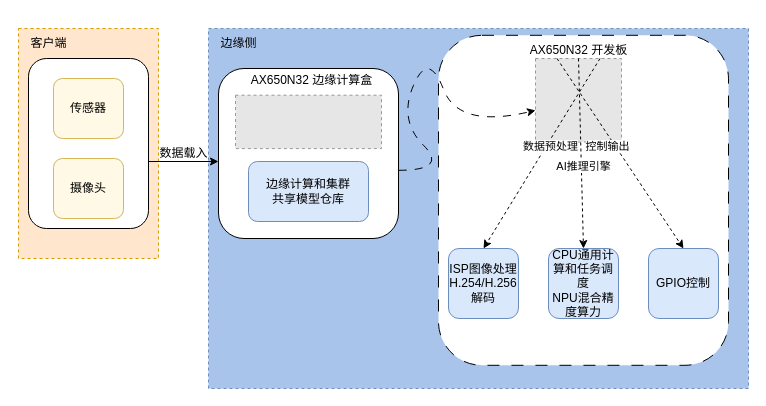
Before: 未命名绘图.drawio in labubu123/labubu123.github.io, a draw.io diagram. Source tidied: cells renumbered, new cells numbered last; positions are measured from the earlier drawing's top-left corner, leaving out a move shared by most shapes. Both pictures are drawn from the tidied source at 100%, with x=0, y=0 at pixel (18, 28). Pictures stored in the file or linked from it are replaced by grey dashed boxes.
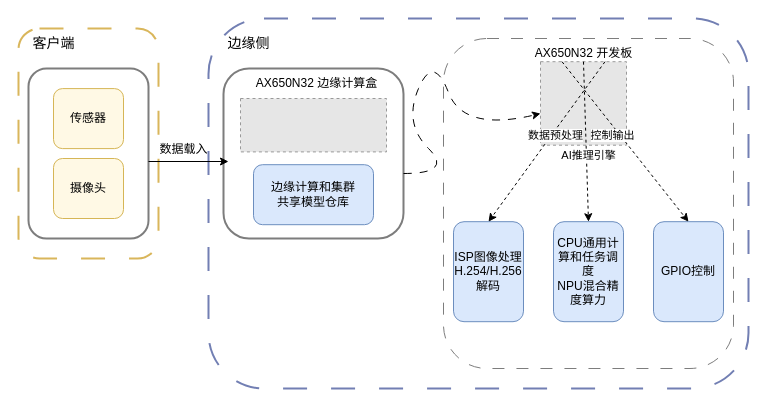
Above is the later version.

Diff of the diagram source:
```diff
@@
-    <mxCell id="2" style="rounded=0;whiteSpace=wrap;html=1;dashed=1;fillColor=#ffe6cc;strokeColor=#d79b00;" parent="1" vertex="1">
-      <mxGeometry width="140" height="230" as="geometry" />
-    </mxCell>
+    <mxCell id="29" style="rounded=1;whiteSpace=wrap;html=1;dashed=1;dashPattern=12 12;strokeColor=#727FB3;strokeWidth=2;" parent="1" vertex="1">
+      <mxGeometry x="190" y="-10" width="540" height="370" as="geometry" />
+    </mxCell>
+    <mxCell id="30" style="rounded=1;whiteSpace=wrap;html=1;dashed=1;dashPattern=12 12;strokeColor=#D9B65B;strokeWidth=2;" parent="1" vertex="1">
+      <mxGeometry width="140" height="230" as="geometry" />
+    </mxCell>
-    <mxCell id="3" style="rounded=1;whiteSpace=wrap;html=1;" parent="1" vertex="1">
-      <mxGeometry x="10" y="30" width="120" height="170" as="geometry" />
+    <mxCell id="3" style="rounded=1;whiteSpace=wrap;html=1;strokeColor=#7D7D7D;strokeWidth=2;" parent="1" vertex="1">
+      <mxGeometry x="10" y="40" width="120" height="170" as="geometry" />
     </mxCell>
-    <mxCell id="4" style="rounded=0;whiteSpace=wrap;html=1;" parent="1" vertex="1">
-      <mxGeometry x="380" y="150" width="120" height="60" as="geometry" />
-    </mxCell>
-    <mxCell id="5" style="rounded=0;whiteSpace=wrap;html=1;dashed=1;fillColor=#A9C4EB;strokeColor=#6c8ebf;" parent="1" vertex="1">
-      <mxGeometry x="190" width="540" height="360" as="geometry" />
-    </mxCell>
-    <mxCell id="6" style="rounded=1;whiteSpace=wrap;html=1;dashed=1;dashPattern=12 12;" parent="1" vertex="1">
-      <mxGeometry x="420" y="6.8" width="290" height="330" as="geometry" />
+    <mxCell id="6" style="rounded=1;whiteSpace=wrap;html=1;dashed=1;dashPattern=12 12;strokeColor=#7D7D7D;" parent="1" vertex="1">
+      <mxGeometry x="425" y="10" width="290" height="330" as="geometry" />
     </mxCell>
-    <mxCell id="7" style="rounded=1;whiteSpace=wrap;html=1;" parent="1" vertex="1">
-      <mxGeometry x="200" y="40" width="180" height="170" as="geometry" />
+    <mxCell id="7" style="rounded=1;whiteSpace=wrap;html=1;strokeColor=#7D7D7D;strokeWidth=2;" parent="1" vertex="1">
+      <mxGeometry x="205" y="40" width="180" height="170" as="geometry" />
     </mxCell>
-    <mxCell id="8" value="边缘侧" style="text;html=1;align=center;verticalAlign=middle;strokeColor=none;fillColor=none;" parent="1" vertex="1">
-      <mxGeometry x="190" width="60" height="30" as="geometry" />
+    <mxCell id="8" value="&lt;font style=&quot;font-size: 14px;&quot;&gt;边缘侧&lt;/font&gt;" style="text;html=1;align=center;verticalAlign=middle;strokeColor=none;fillColor=none;" parent="1" vertex="1">
+      <mxGeometry x="195" width="70" height="30" as="geometry" />
     </mxCell>
     <mxCell id="9" value="传感器" style="rounded=1;whiteSpace=wrap;html=1;fillColor=light-dark(#fff9e5, #281d00);strokeColor=#d6b656;" parent="1" vertex="1">
-      <mxGeometry x="35" y="50" width="70" height="60" as="geometry" />
+      <mxGeometry x="35" y="60.1" width="70" height="60" as="geometry" />
     </mxCell>
     <mxCell id="10" style="endArrow=classic;html=1;rounded=0;" parent="1" edge="1">
       <mxGeometry relative="1" as="geometry">
         <mxPoint x="130" y="133" as="sourcePoint" />
-        <mxPoint x="200" y="133" as="targetPoint" />
+        <mxPoint x="210" y="133" as="targetPoint" />
       </mxGeometry>
     </mxCell>
     <mxCell id="11" value="数据载入" style="text;html=1;align=center;verticalAlign=middle;strokeColor=none;fillColor=none;" parent="1" vertex="1">
-      <mxGeometry x="130" y="110" width="70" height="30" as="geometry" />
+      <mxGeometry x="130" y="106.2" width="70" height="30" as="geometry" />
     </mxCell>
     <mxCell id="12" style="fillColor=#E6E6E6;strokeColor=#999999;dashed=1;verticalLabelPosition=bottom;labelBackgroundColor=default;verticalAlign=top;" parent="1" vertex="1">
-      <mxGeometry x="517" y="30" width="86" height="83.5" as="geometry" />
+      <mxGeometry x="522" y="33.2" width="86" height="83.5" as="geometry" />
     </mxCell>
     <mxCell id="13" style="fillColor=#E6E6E6;strokeColor=#999999;dashed=1;verticalLabelPosition=bottom;labelBackgroundColor=default;verticalAlign=top;" parent="1" vertex="1">
-      <mxGeometry x="217" y="66.7" width="146" height="53.4" as="geometry" />
+      <mxGeometry x="222" y="70" width="146" height="53.4" as="geometry" />
     </mxCell>
     <mxCell id="14" value="AX650N32 边缘计算盒" style="text;html=1;align=center;verticalAlign=middle;strokeColor=none;fillColor=none;" parent="1" vertex="1">
-      <mxGeometry x="223" y="36.8" width="140" height="30" as="geometry" />
+      <mxGeometry x="228" y="40" width="140" height="30" as="geometry" />
     </mxCell>
     <mxCell id="15" value="AX650N32 开发板" style="text;html=1;align=center;verticalAlign=middle;strokeColor=none;fillColor=none;" parent="1" vertex="1">
-      <mxGeometry x="500" y="6.8" width="120" height="30" as="geometry" />
+      <mxGeometry x="505" y="10" width="120" height="30" as="geometry" />
     </mxCell>
     <mxCell id="16" value="&lt;div&gt;CPU通用计算和任务调度&lt;/div&gt;&lt;div&gt;NPU混合精度算力&lt;/div&gt;" style="rounded=1;whiteSpace=wrap;html=1;fillColor=#dae8fc;strokeColor=#6c8ebf;" parent="1" vertex="1">
-      <mxGeometry x="530" y="220" width="70" height="70" as="geometry" />
+      <mxGeometry x="535" y="193.2" width="70" height="100" as="geometry" />
     </mxCell>
     <mxCell id="17" value="边缘计算和集群&lt;div&gt;共享模型仓库&lt;/div&gt;" style="rounded=1;whiteSpace=wrap;html=1;fillColor=#dae8fc;strokeColor=#6c8ebf;" parent="1" vertex="1">
-      <mxGeometry x="230" y="133" width="120" height="60" as="geometry" />
+      <mxGeometry x="235" y="136.2" width="120" height="60" as="geometry" />
     </mxCell>
     <mxCell id="18" style="curved=1;endArrow=classic;html=1;rounded=0;dashed=1;dashPattern=8 8;" parent="1" edge="1" target="12">
       <mxGeometry relative="1" as="geometry">
-        <mxPoint x="380" y="141.8" as="sourcePoint" />
+        <mxPoint x="385" y="145" as="sourcePoint" />
         <Array as="points">
-          <mxPoint x="430" y="141.8" />
-          <mxPoint x="380" y="91.8" />
-          <mxPoint x="410" y="21.8" />
-          <mxPoint x="440" y="100" />
+          <mxPoint x="435" y="145" />
+          <mxPoint x="385" y="95" />
+          <mxPoint x="415" y="25" />
+          <mxPoint x="445" y="103.2" />
         </Array>
       </mxGeometry>
     </mxCell>
-    <mxCell id="19" value="客户端" style="text;html=1;align=center;verticalAlign=middle;strokeColor=none;fillColor=none;" parent="1" vertex="1">
-      <mxGeometry width="60" height="30" as="geometry" />
+    <mxCell id="19" value="&lt;font style=&quot;font-size: 14px;&quot;&gt;客户端&lt;/font&gt;" style="text;html=1;align=center;verticalAlign=middle;strokeColor=none;fillColor=none;" parent="1" vertex="1">
+      <mxGeometry width="70" height="30" as="geometry" />
     </mxCell>
     <mxCell id="20" value="ISP图像处理&lt;br&gt;&lt;div&gt;&lt;span style=&quot;background-color: transparent; color: light-dark(rgb(0, 0, 0), rgb(255, 255, 255));&quot;&gt;H.254&lt;/span&gt;/H.256解码&lt;/div&gt;" style="rounded=1;whiteSpace=wrap;html=1;fillColor=#dae8fc;strokeColor=#6c8ebf;" parent="1" vertex="1">
-      <mxGeometry x="430" y="220" width="70" height="70" as="geometry" />
+      <mxGeometry x="435" y="193.2" width="70" height="100" as="geometry" />
     </mxCell>
     <mxCell id="21" value="GPIO控制" style="rounded=1;whiteSpace=wrap;html=1;fillColor=#dae8fc;strokeColor=#6c8ebf;" parent="1" vertex="1">
-      <mxGeometry x="630" y="220" width="70" height="70" as="geometry" />
+      <mxGeometry x="635" y="193.2" width="70" height="100" as="geometry" />
     </mxCell>
```
